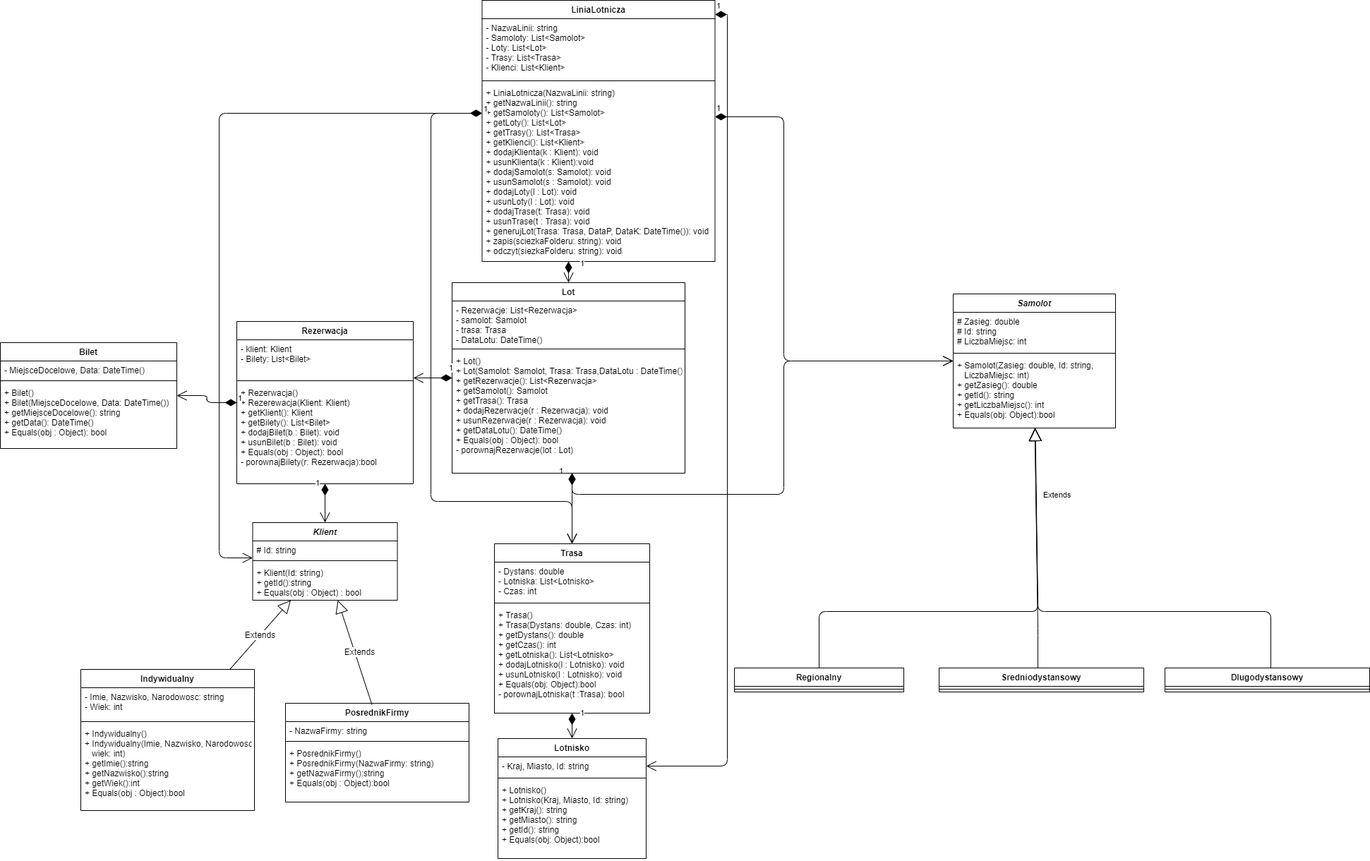
The draw.io diagram PoDiagram.png in JoeHeroes/AirportPoject, before a commit. Source tidied: cells renumbered, new cells last; positions are measured from the earlier drawing's top-left corner, leaving out a move shared by most shapes.
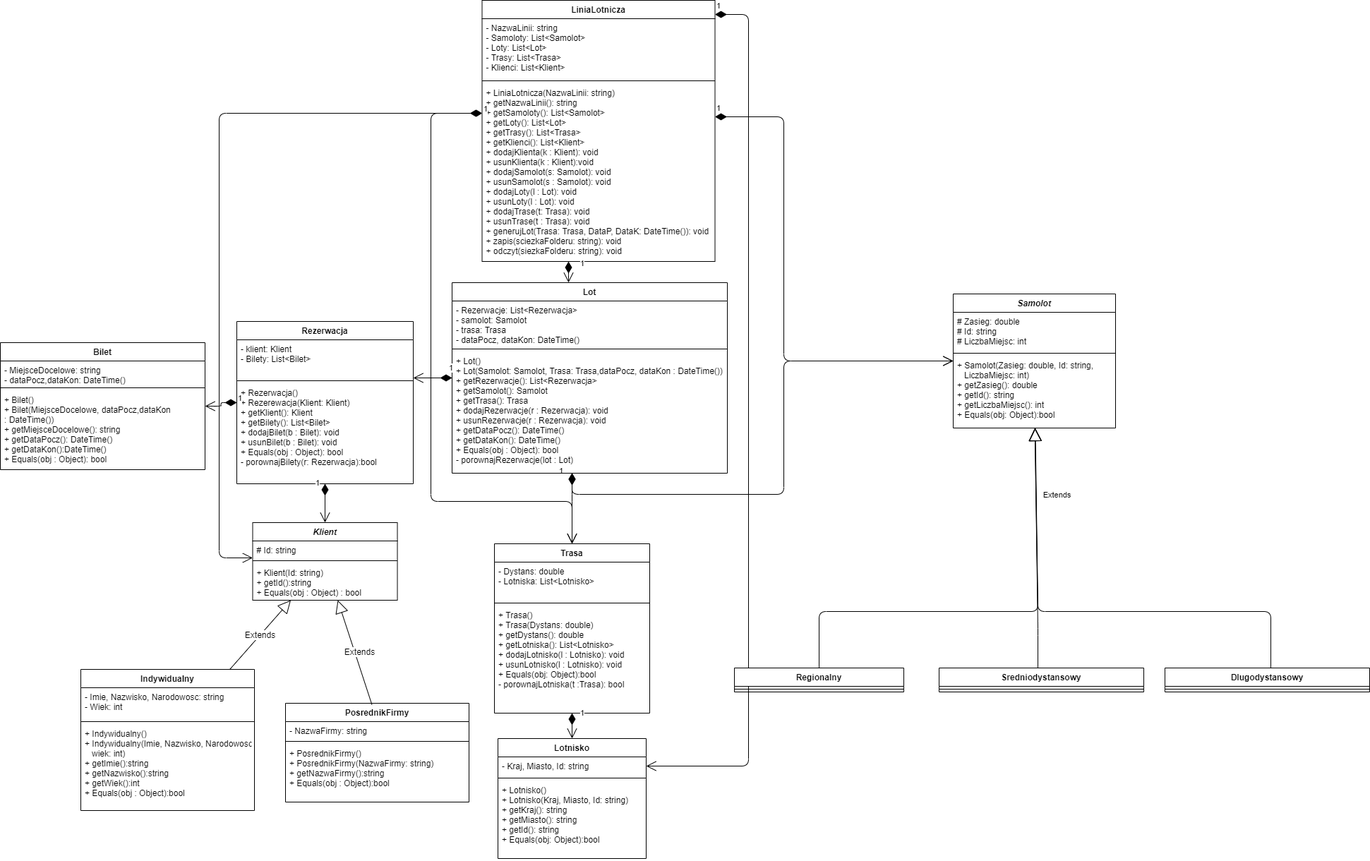
Later version of the same file.

What changed in the source:
```diff
@@ -17,13 +17,13 @@
     <mxCell id="6" value="Trasa" style="swimlane;fontStyle=1;align=center;verticalAlign=top;horizontal=1;startSize=26;rounded=0;sketch=0;" parent="1" vertex="1">
       <mxGeometry x="700" y="770" width="220" height="240" as="geometry" />
     </mxCell>
-    <mxCell id="7" value="- Dystans: double&#10;- Lotniska: List&lt;Lotnisko&gt;&#10;- Czas: int&#10;  " style="text;strokeColor=none;fillColor=none;align=left;verticalAlign=top;spacingLeft=4;spacingRight=4;overflow=hidden;" parent="6" vertex="1">
+    <mxCell id="7" value="- Dystans: double&#10;- Lotniska: List&lt;Lotnisko&gt;  " style="text;strokeColor=none;fillColor=none;align=left;verticalAlign=top;spacingLeft=4;spacingRight=4;overflow=hidden;" parent="6" vertex="1">
       <mxGeometry y="26" width="220" height="54" as="geometry" />
     </mxCell>
     <mxCell id="8" style="line;strokeWidth=1;fillColor=none;align=left;verticalAlign=middle;spacingTop=-1;spacingLeft=3;spacingRight=3;labelPosition=right;" parent="6" vertex="1">
       <mxGeometry y="80" width="220" height="8" as="geometry" />
     </mxCell>
-    <mxCell id="9" value="+ Trasa()&#10;+ Trasa(Dystans: double, Czas: int)&#10;+ getDystans(): double&#10;+ getCzas(): int&#10;+ getLotniska(): List&lt;Lotnisko&gt;&#10;+ dodajLotnisko(l : Lotnisko): void &#10;+ usunLotnisko(l : Lotnisko): void &#10;+ Equals(obj: Object):bool&#10;- porownajLotniska(t :Trasa): bool" style="text;strokeColor=none;fillColor=none;align=left;verticalAlign=top;spacingLeft=4;spacingRight=4;overflow=hidden;" parent="6" vertex="1">
+    <mxCell id="9" value="+ Trasa()&#10;+ Trasa(Dystans: double)&#10;+ getDystans(): double&#10;+ getLotniska(): List&lt;Lotnisko&gt;&#10;+ dodajLotnisko(l : Lotnisko): void &#10;+ usunLotnisko(l : Lotnisko): void &#10;+ Equals(obj: Object):bool&#10;- porownajLotniska(t :Trasa): bool" style="text;strokeColor=none;fillColor=none;align=left;verticalAlign=top;spacingLeft=4;spacingRight=4;overflow=hidden;" parent="6" vertex="1">
       <mxGeometry y="88" width="220" height="152" as="geometry" />
     </mxCell>
     <mxCell id="10" value="1" style="endArrow=open;html=1;endSize=12;startArrow=diamondThin;startSize=14;startFill=1;edgeStyle=orthogonalEdgeStyle;align=left;verticalAlign=bottom;strokeWidth=1;" parent="1" edge="1" source="6" target="25">
@@ -70,16 +70,16 @@
       <mxGeometry y="58" width="260" height="82" as="geometry" />
     </mxCell>
     <mxCell id="21" value="Bilet" style="swimlane;fontStyle=1;align=center;verticalAlign=top;horizontal=1;startSize=26;rounded=0;sketch=0;strokeWidth=1;fontSize=12;" parent="1" vertex="1">
-      <mxGeometry y="485" width="250" height="150" as="geometry" />
+      <mxGeometry y="485" width="290" height="180" as="geometry" />
     </mxCell>
-    <mxCell id="22" value="- MiejsceDocelowe, Data: DateTime()" style="text;strokeColor=none;fillColor=none;align=left;verticalAlign=top;spacingLeft=4;spacingRight=4;overflow=hidden;" parent="21" vertex="1">
-      <mxGeometry y="26" width="250" height="24" as="geometry" />
+    <mxCell id="22" value="- MiejsceDocelowe: string&#10;- dataPocz,dataKon: DateTime()" style="text;strokeColor=none;fillColor=none;align=left;verticalAlign=top;spacingLeft=4;spacingRight=4;overflow=hidden;" parent="21" vertex="1">
+      <mxGeometry y="26" width="290" height="34" as="geometry" />
     </mxCell>
     <mxCell id="23" style="line;strokeWidth=1;fillColor=none;align=left;verticalAlign=middle;spacingTop=-1;spacingLeft=3;spacingRight=3;labelPosition=right;" parent="21" vertex="1">
-      <mxGeometry y="50" width="250" height="8" as="geometry" />
+      <mxGeometry y="60" width="290" height="8" as="geometry" />
     </mxCell>
-    <mxCell id="24" value="+ Bilet()&#10;+ Bilet(MiejsceDocelowe, Data: DateTime())&#10;+ getMiejsceDocelowe(): string&#10;+ getData(): DateTime()&#10;+ Equals(obj : Object): bool" style="text;strokeColor=none;fillColor=none;align=left;verticalAlign=top;spacingLeft=4;spacingRight=4;overflow=hidden;" parent="21" vertex="1">
-      <mxGeometry y="58" width="250" height="92" as="geometry" />
+    <mxCell id="24" value="+ Bilet()&#10;+ Bilet(MiejsceDocelowe, dataPocz,dataKon&#10;: DateTime())&#10;+ getMiejsceDocelowe(): string&#10;+ getDataPocz(): DateTime()&#10;+ getDataKon():DateTime()&#10;+ Equals(obj : Object): bool" style="text;strokeColor=none;fillColor=none;align=left;verticalAlign=top;spacingLeft=4;spacingRight=4;overflow=hidden;" parent="21" vertex="1">
+      <mxGeometry y="68" width="290" height="112" as="geometry" />
     </mxCell>
     <mxCell id="25" value="Lotnisko" style="swimlane;fontStyle=1;align=center;verticalAlign=top;horizontal=1;startSize=26;rounded=0;sketch=0;strokeWidth=1;fontSize=12;" parent="1" vertex="1">
       <mxGeometry x="705" y="1046" width="210" height="170" as="geometry" />
@@ -94,16 +94,16 @@
       <mxGeometry y="60" width="210" height="110" as="geometry" />
     </mxCell>
     <mxCell id="29" value="Lot" style="swimlane;fontStyle=1;align=center;verticalAlign=top;horizontal=1;startSize=26;rounded=0;sketch=0;strokeWidth=1;fontSize=12;" parent="1" vertex="1">
-      <mxGeometry x="640" y="400" width="330" height="270" as="geometry" />
+      <mxGeometry x="640" y="400" width="390" height="270" as="geometry" />
     </mxCell>
-    <mxCell id="30" value="- Rezerwacje: List&lt;Rezerwacja&gt;&#10;- samolot: Samolot&#10;- trasa: Trasa&#10;- DataLotu: DateTime()&#10;" style="text;strokeColor=none;fillColor=none;align=left;verticalAlign=top;spacingLeft=4;spacingRight=4;overflow=hidden;" parent="29" vertex="1">
-      <mxGeometry y="26" width="330" height="64" as="geometry" />
+    <mxCell id="30" value="- Rezerwacje: List&lt;Rezerwacja&gt;&#10;- samolot: Samolot&#10;- trasa: Trasa&#10;- dataPocz, dataKon: DateTime()&#10;" style="text;strokeColor=none;fillColor=none;align=left;verticalAlign=top;spacingLeft=4;spacingRight=4;overflow=hidden;" parent="29" vertex="1">
+      <mxGeometry y="26" width="390" height="64" as="geometry" />
     </mxCell>
     <mxCell id="31" style="line;strokeWidth=1;fillColor=none;align=left;verticalAlign=middle;spacingTop=-1;spacingLeft=3;spacingRight=3;labelPosition=right;" parent="29" vertex="1">
-      <mxGeometry y="90" width="330" height="8" as="geometry" />
+      <mxGeometry y="90" width="390" height="8" as="geometry" />
     </mxCell>
-    <mxCell id="32" value="+ Lot()&#10;+ Lot(Samolot: Samolot, Trasa: Trasa,DataLotu : DateTime())&#10;+ getRezerwacje(): List&lt;Rezerwacja&gt;&#10;+ getSamolot(): Samolot&#10;+ getTrasa(): Trasa&#10;+ dodajRezerwacje(r : Rezerwacja): void&#10;+ usunRezerwacje(r : Rezerwacja): void  &#10;+ getDataLotu(): DateTime()&#10;+ Equals(obj : Object): bool&#10;- porownajRezerwacje(lot : Lot)&#10;" style="text;strokeColor=none;fillColor=none;align=left;verticalAlign=top;spacingLeft=4;spacingRight=4;overflow=hidden;" parent="29" vertex="1">
-      <mxGeometry y="98" width="330" height="172" as="geometry" />
+    <mxCell id="32" value="+ Lot()&#10;+ Lot(Samolot: Samolot, Trasa: Trasa,dataPocz, dataKon : DateTime())&#10;+ getRezerwacje(): List&lt;Rezerwacja&gt;&#10;+ getSamolot(): Samolot&#10;+ getTrasa(): Trasa&#10;+ dodajRezerwacje(r : Rezerwacja): void&#10;+ usunRezerwacje(r : Rezerwacja): void  &#10;+ getDataPocz(): DateTime()&#10;+ getDataKon(): DateTime()&#10;+ Equals(obj : Object): bool&#10;- porownajRezerwacje(lot : Lot)&#10;" style="text;strokeColor=none;fillColor=none;align=left;verticalAlign=top;spacingLeft=4;spacingRight=4;overflow=hidden;" parent="29" vertex="1">
+      <mxGeometry y="98" width="390" height="172" as="geometry" />
     </mxCell>
     <mxCell id="33" value="Extends" style="endArrow=block;endSize=16;endFill=0;html=1;strokeWidth=1;fontSize=12;exitX=0.471;exitY=0.014;exitDx=0;exitDy=0;exitPerimeter=0;" parent="1" edge="1" source="17" target="2">
       <mxGeometry y="-7" relative="1" as="geometry" />
@@ -205,8 +205,8 @@
     <mxCell id="55" value="1" style="endArrow=open;html=1;endSize=12;startArrow=diamondThin;startSize=14;startFill=1;edgeStyle=orthogonalEdgeStyle;align=left;verticalAlign=bottom;" parent="1" edge="1" source="42" target="25">
       <mxGeometry x="-1" y="3" relative="1" as="geometry">
         <Array as="points">
-          <mxPoint x="1030" y="20" />
-          <mxPoint x="1030" y="1085" />
+          <mxPoint x="1060" y="20" />
+          <mxPoint x="1060" y="1085" />
         </Array>
       </mxGeometry>
     </mxCell>
```
